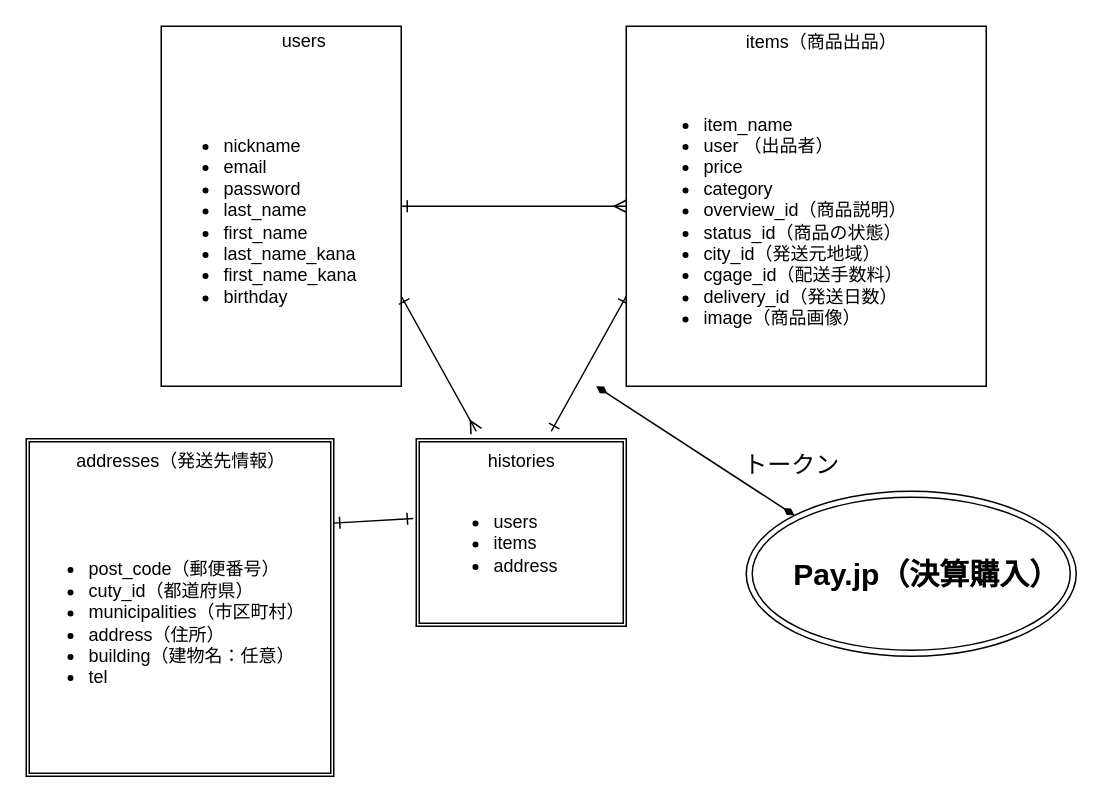
This is furima_ER.dio from MotoSaku/furima-36662, a draw.io file, before an edit. Source tidied: cells renumbered, new cells numbered last; positions are measured from the earlier drawing's top-left corner, leaving out a move shared by most shapes. Both pictures are drawn from the tidied source at 150%, with x=0, y=0 at pixel (26, 26).
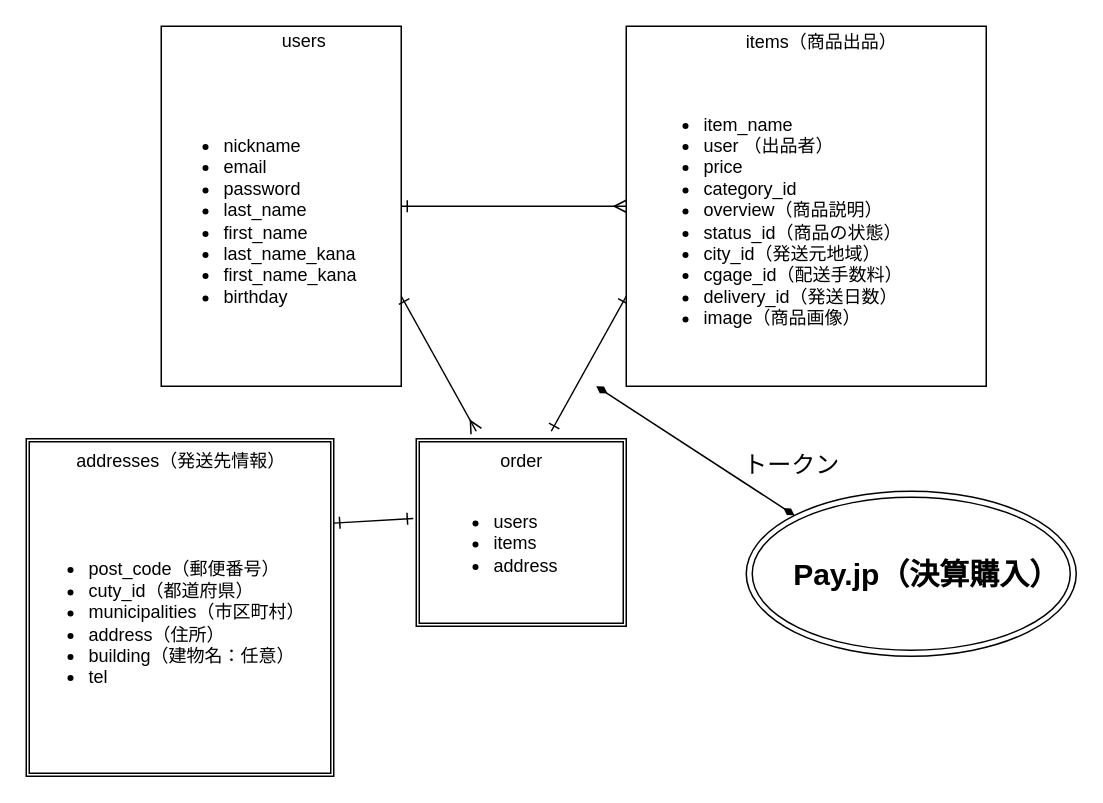
The same page after the edit.

Commit message (it also covers changes not shown here):
レビュー修正（README、ER図の修正）

The change refers to these unchanged cells:
```xml
<mxCell id="13" value="&lt;ul&gt;&lt;li&gt;users&lt;/li&gt;&lt;li&gt;items&lt;/li&gt;&lt;li&gt;address&lt;/li&gt;&lt;/ul&gt;" style="text;strokeColor=none;fillColor=none;html=1;whiteSpace=wrap;verticalAlign=middle;overflow=hidden;" parent="1" vertex="1">
  <mxGeometry x="270" y="300" width="120" height="90" as="geometry" />
</mxCell>
```

Diff of the diagram source:
```diff
@@
-    <mxCell id="8" value="&lt;ul&gt;&lt;li&gt;item_name&lt;/li&gt;&lt;li&gt;user （出品者）&lt;/li&gt;&lt;li&gt;price&lt;/li&gt;&lt;li&gt;category&lt;/li&gt;&lt;li&gt;overview_id（商品説明）&lt;/li&gt;&lt;li&gt;status_id（商品の状態）&lt;/li&gt;&lt;li&gt;city_id（発送元地域）&lt;/li&gt;&lt;li&gt;cgage_id（配送手数料）&lt;/li&gt;&lt;li&gt;delivery_id（発送日数）&lt;/li&gt;&lt;li&gt;image（商品画像）&lt;/li&gt;&lt;/ul&gt;" style="text;strokeColor=none;fillColor=none;html=1;whiteSpace=wrap;verticalAlign=middle;overflow=hidden;" parent="1" vertex="1">
+    <mxCell id="8" value="&lt;ul&gt;&lt;li&gt;item_name&lt;/li&gt;&lt;li&gt;user （出品者）&lt;/li&gt;&lt;li&gt;price&lt;/li&gt;&lt;li&gt;category_id&lt;/li&gt;&lt;li&gt;overview（商品説明）&lt;/li&gt;&lt;li&gt;status_id（商品の状態）&lt;/li&gt;&lt;li&gt;city_id（発送元地域）&lt;/li&gt;&lt;li&gt;cgage_id（配送手数料）&lt;/li&gt;&lt;li&gt;delivery_id（発送日数）&lt;/li&gt;&lt;li&gt;image（商品画像）&lt;/li&gt;&lt;/ul&gt;" style="text;strokeColor=none;fillColor=none;html=1;whiteSpace=wrap;verticalAlign=middle;overflow=hidden;" parent="1" vertex="1">
       <mxGeometry x="410" y="20" width="220" height="220" as="geometry" />
     </mxCell>
@@
+    <mxCell id="22" style="edgeStyle=none;html=1;" parent="1" edge="1" source="12" target="13">
+      <mxGeometry relative="1" as="geometry" />
+    </mxCell>
-    <mxCell id="12" value="histories" style="text;html=1;align=center;verticalAlign=middle;points=[];strokeColor=none;" parent="1" vertex="1">
-      <mxGeometry x="300" y="280" width="60" height="20" as="geometry" />
+    <mxCell id="12" value="order" style="text;html=1;align=center;verticalAlign=middle;points=[];strokeColor=none;" parent="1" vertex="1">
+      <mxGeometry x="310" y="280" width="40" height="20" as="geometry" />
     </mxCell>
```
